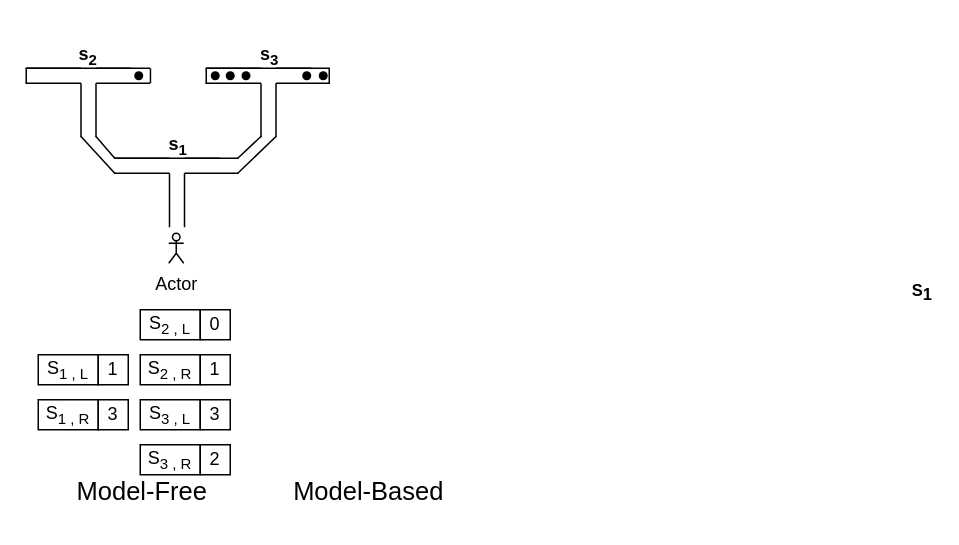
Earlier version of the draw.io diagram maze_model_free.drawio (felixstillger/draw_io). Source tidied: cells renumbered, new cells numbered last; positions are measured from the earlier drawing's top-left corner, leaving out a move shared by most shapes. Both pictures are drawn from the tidied source at 150%, with x=0, y=0 at pixel (26, 38).
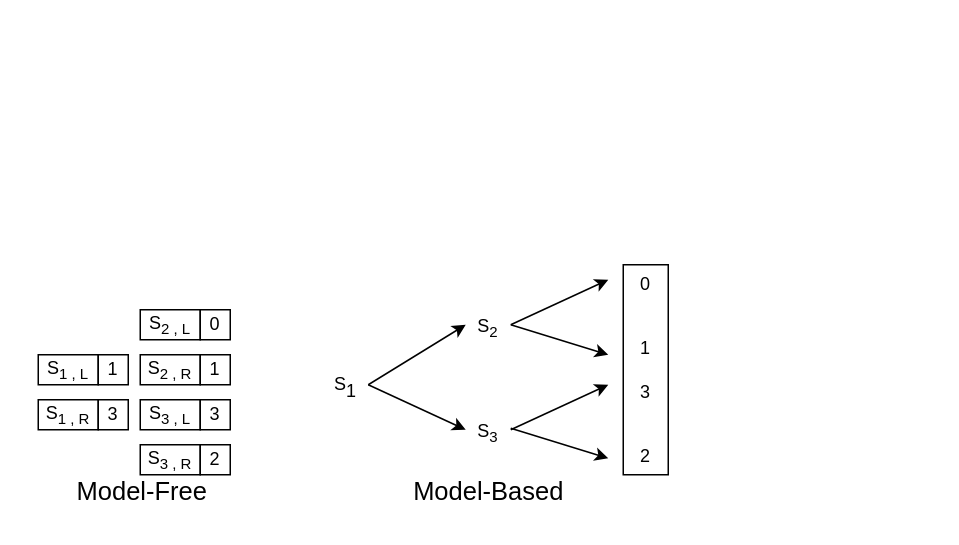
After the change.

What changed in the source:
```diff
@@
-    <mxCell id="2" style="shape=partialRectangle;whiteSpace=wrap;html=1;left=0;right=0;fillColor=none;" parent="1" vertex="1">
-      <mxGeometry x="167" y="20" width="35" height="10" as="geometry" />
-    </mxCell>
-    <mxCell id="3" style="shape=partialRectangle;whiteSpace=wrap;html=1;left=0;right=0;fillColor=none;" parent="1" vertex="1">
-      <mxGeometry x="120" y="20" width="36" height="10" as="geometry" />
-    </mxCell>
-    <mxCell id="4" style="shape=partialRectangle;whiteSpace=wrap;html=1;left=0;right=0;fillColor=none;rotation=90;" parent="1" vertex="1">
-      <mxGeometry x="144" y="43" width="35" height="10" as="geometry" />
-    </mxCell>
-    <mxCell id="5" style="endArrow=none;html=1;rounded=0;exitX=0;exitY=0;exitDx=0;exitDy=0;" parent="1" edge="1" source="3">
-      <mxGeometry relative="1" as="geometry">
-        <mxPoint x="190" y="20" as="targetPoint" />
-      </mxGeometry>
-    </mxCell>
-    <mxCell id="6" style="shape=partialRectangle;whiteSpace=wrap;html=1;left=0;right=0;fillColor=none;" parent="1" vertex="1">
-      <mxGeometry x="47" y="20" width="35" height="10" as="geometry" />
-    </mxCell>
-    <mxCell id="7" style="shape=partialRectangle;whiteSpace=wrap;html=1;left=0;right=0;fillColor=none;" parent="1" vertex="1">
-      <mxGeometry y="20" width="36" height="10" as="geometry" />
-    </mxCell>
-    <mxCell id="8" style="shape=partialRectangle;whiteSpace=wrap;html=1;left=0;right=0;fillColor=none;rotation=90;" parent="1" vertex="1">
-      <mxGeometry x="24" y="43" width="35" height="10" as="geometry" />
-    </mxCell>
-    <mxCell id="9" style="endArrow=none;html=1;rounded=0;exitX=0;exitY=0;exitDx=0;exitDy=0;" parent="1" edge="1" source="7">
-      <mxGeometry relative="1" as="geometry">
-        <mxPoint x="70" y="20" as="targetPoint" />
-      </mxGeometry>
-    </mxCell>
-    <mxCell id="10" style="shape=partialRectangle;whiteSpace=wrap;html=1;left=0;right=0;fillColor=none;" parent="1" vertex="1">
-      <mxGeometry x="106" y="80" width="35" height="10" as="geometry" />
-    </mxCell>
-    <mxCell id="11" style="shape=partialRectangle;whiteSpace=wrap;html=1;left=0;right=0;fillColor=none;" parent="1" vertex="1">
-      <mxGeometry x="59" y="80" width="36" height="10" as="geometry" />
-    </mxCell>
-    <mxCell id="12" style="shape=partialRectangle;whiteSpace=wrap;html=1;left=0;right=0;fillColor=none;rotation=90;" parent="1" vertex="1">
-      <mxGeometry x="83" y="103" width="35" height="10" as="geometry" />
-    </mxCell>
-    <mxCell id="13" style="endArrow=none;html=1;rounded=0;exitX=0;exitY=0;exitDx=0;exitDy=0;" parent="1" edge="1" source="11">
-      <mxGeometry relative="1" as="geometry">
-        <mxPoint x="129" y="80" as="targetPoint" />
-      </mxGeometry>
-    </mxCell>
-    <mxCell id="14" style="endArrow=none;html=1;rounded=0;exitX=1;exitY=0;exitDx=0;exitDy=0;" parent="1" edge="1" source="10">
-      <mxGeometry relative="1" as="geometry">
-        <mxPoint x="157" y="65" as="targetPoint" />
-      </mxGeometry>
-    </mxCell>
-    <mxCell id="15" style="endArrow=none;html=1;rounded=0;exitX=1;exitY=0;exitDx=0;exitDy=0;entryX=1;entryY=0;entryDx=0;entryDy=0;" parent="1" edge="1" target="4">
-      <mxGeometry relative="1" as="geometry">
-        <mxPoint x="141" y="90" as="sourcePoint" />
-      </mxGeometry>
-    </mxCell>
-    <mxCell id="16" style="endArrow=none;html=1;rounded=0;entryX=1;entryY=0;entryDx=0;entryDy=0;exitX=0;exitY=0;exitDx=0;exitDy=0;" parent="1" edge="1" source="11" target="8">
-      <mxGeometry relative="1" as="geometry" />
-    </mxCell>
-    <mxCell id="17" style="endArrow=none;html=1;rounded=0;exitX=0;exitY=1;exitDx=0;exitDy=0;entryX=1;entryY=1;entryDx=0;entryDy=0;" parent="1" edge="1" source="11" target="8">
-      <mxGeometry relative="1" as="geometry" />
-    </mxCell>
-    <mxCell id="18" value="Actor" style="shape=umlActor;verticalLabelPosition=bottom;verticalAlign=top;html=1;" parent="1" vertex="1">
-      <mxGeometry x="95" y="130" width="10" height="20" as="geometry" />
-    </mxCell>
-    <mxCell id="19" value="&lt;font style=&quot;font-size: 11px;&quot;&gt;S&lt;sub style=&quot;font-size: 11px;&quot;&gt;1&lt;/sub&gt;&lt;/font&gt;" style="text;strokeColor=none;fillColor=none;html=1;fontSize=24;fontStyle=1;verticalAlign=middle;align=center;" parent="1" vertex="1">
-      <mxGeometry x="590" y="160" width="14" height="8" as="geometry" />
-    </mxCell>
-    <mxCell id="20" value="&lt;span style=&quot;font-size: 12px;&quot;&gt;s&lt;sub&gt;2&lt;/sub&gt;&lt;/span&gt;" style="text;strokeColor=none;fillColor=none;html=1;fontSize=24;fontStyle=1;verticalAlign=middle;align=center;" parent="1" vertex="1">
-      <mxGeometry x="36" width="10" height="13" as="geometry" />
-    </mxCell>
-    <mxCell id="21" value="&lt;span style=&quot;font-size: 12px;&quot;&gt;s&lt;sub&gt;1&lt;br&gt;&lt;/sub&gt;&lt;/span&gt;" style="text;strokeColor=none;fillColor=none;html=1;fontSize=24;fontStyle=1;verticalAlign=middle;align=center;" parent="1" vertex="1">
-      <mxGeometry x="95.5" y="60" width="10" height="13" as="geometry" />
-    </mxCell>
-    <mxCell id="22" value="&lt;span style=&quot;font-size: 12px;&quot;&gt;s&lt;sub&gt;3&lt;br&gt;&lt;/sub&gt;&lt;/span&gt;" style="text;strokeColor=none;fillColor=none;html=1;fontSize=24;fontStyle=1;verticalAlign=middle;align=center;" parent="1" vertex="1">
-      <mxGeometry x="156.5" width="10" height="13" as="geometry" />
-    </mxCell>
-    <mxCell id="23" style="endArrow=none;html=1;rounded=0;fontSize=12;entryX=1;entryY=0;entryDx=0;entryDy=0;exitX=1;exitY=1;exitDx=0;exitDy=0;" parent="1" edge="1" source="2" target="2">
-      <mxGeometry relative="1" as="geometry" />
-    </mxCell>
-    <mxCell id="24" style="endArrow=none;html=1;rounded=0;fontSize=12;entryX=1;entryY=0;entryDx=0;entryDy=0;exitX=1;exitY=1;exitDx=0;exitDy=0;" parent="1" edge="1">
-      <mxGeometry relative="1" as="geometry">
-        <mxPoint x="120" y="30" as="sourcePoint" />
-        <mxPoint x="120" y="20" as="targetPoint" />
-      </mxGeometry>
-    </mxCell>
-    <mxCell id="25" style="endArrow=none;html=1;rounded=0;fontSize=12;entryX=1;entryY=0;entryDx=0;entryDy=0;exitX=1;exitY=1;exitDx=0;exitDy=0;" parent="1" edge="1">
-      <mxGeometry relative="1" as="geometry">
-        <mxPoint x="82.8" y="30" as="sourcePoint" />
-        <mxPoint x="82.8" y="20" as="targetPoint" />
-      </mxGeometry>
-    </mxCell>
-    <mxCell id="26" style="endArrow=none;html=1;rounded=0;fontSize=12;entryX=1;entryY=0;entryDx=0;entryDy=0;exitX=1;exitY=1;exitDx=0;exitDy=0;" parent="1" edge="1">
-      <mxGeometry relative="1" as="geometry">
-        <mxPoint y="30" as="sourcePoint" />
-        <mxPoint y="20" as="targetPoint" />
-      </mxGeometry>
-    </mxCell>
-    <mxCell id="27" style="shape=waypoint;sketch=0;fillStyle=solid;size=6;fillColor=none;perimeter=centerPerimeter;fontSize=12;" parent="1" vertex="1">
-      <mxGeometry x="55" y="5" width="40" height="40" as="geometry" />
-    </mxCell>
-    <mxCell id="28" style="shape=waypoint;sketch=0;fillStyle=solid;size=6;fillColor=none;perimeter=centerPerimeter;fontSize=12;" parent="1" vertex="1">
-      <mxGeometry x="106" y="5" width="40" height="40" as="geometry" />
-    </mxCell>
-    <mxCell id="29" style="shape=waypoint;sketch=0;fillStyle=solid;size=6;fillColor=none;perimeter=centerPerimeter;fontSize=12;" parent="1" vertex="1">
-      <mxGeometry x="116" y="5" width="40" height="40" as="geometry" />
-    </mxCell>
-    <mxCell id="30" style="shape=waypoint;sketch=0;fillStyle=solid;size=6;fillColor=none;perimeter=centerPerimeter;fontSize=12;" parent="1" vertex="1">
-      <mxGeometry x="178" y="5" width="40" height="40" as="geometry" />
-    </mxCell>
-    <mxCell id="31" style="shape=waypoint;sketch=0;fillStyle=solid;size=6;fillColor=none;perimeter=centerPerimeter;fontSize=12;" parent="1" vertex="1">
-      <mxGeometry x="126.5" y="5" width="40" height="40" as="geometry" />
-    </mxCell>
-    <mxCell id="32" style="shape=waypoint;sketch=0;fillStyle=solid;size=6;fillColor=none;perimeter=centerPerimeter;fontSize=12;" parent="1" vertex="1">
-      <mxGeometry x="167" y="5" width="40" height="40" as="geometry" />
-    </mxCell>
@@
     <mxCell id="46" value="&lt;font style=&quot;font-size: 17px; font-weight: normal;&quot;&gt;Model-Based&lt;/font&gt;" style="text;strokeColor=none;fillColor=none;html=1;fontSize=24;fontStyle=1;verticalAlign=middle;align=center;" parent="1" vertex="1">
-      <mxGeometry x="178" y="280" width="100" height="40" as="geometry" />
+      <mxGeometry x="258" y="280" width="100" height="40" as="geometry" />
     </mxCell>
+    <mxCell id="19" value="&lt;font style=&quot;font-size: 12px;&quot;&gt;S&lt;/font&gt;&lt;sub style=&quot;font-size: 12px;&quot;&gt;&lt;font style=&quot;font-size: 12px;&quot;&gt;1&lt;/font&gt;&lt;br&gt;&lt;/sub&gt;" style="text;html=1;strokeColor=none;fillColor=none;align=center;verticalAlign=middle;whiteSpace=wrap;rounded=0;fontSize=17;" parent="1" vertex="1">
+      <mxGeometry x="198" y="221" width="30" height="20" as="geometry" />
+    </mxCell>
+    <mxCell id="47" value="&lt;span style=&quot;font-size: 12px;&quot;&gt;S&lt;sub&gt;2&lt;/sub&gt;&lt;/span&gt;" style="text;html=1;strokeColor=none;fillColor=none;align=center;verticalAlign=middle;whiteSpace=wrap;rounded=0;fontSize=17;" parent="1" vertex="1">
+      <mxGeometry x="293" y="181" width="30" height="20" as="geometry" />
+    </mxCell>
+    <mxCell id="48" style="endArrow=classic;html=1;rounded=0;fontSize=12;exitX=1;exitY=0.5;exitDx=0;exitDy=0;entryX=0;entryY=0.5;entryDx=0;entryDy=0;" parent="1" edge="1" source="19" target="47">
+      <mxGeometry relative="1" as="geometry" />
+    </mxCell>
+    <mxCell id="49" style="endArrow=classic;html=1;rounded=0;fontSize=12;exitX=1;exitY=0.5;exitDx=0;exitDy=0;entryX=0;entryY=0.5;entryDx=0;entryDy=0;" parent="1" edge="1" source="19" target="50">
+      <mxGeometry relative="1" as="geometry" />
+    </mxCell>
+    <mxCell id="50" value="&lt;span style=&quot;font-size: 12px;&quot;&gt;S&lt;sub&gt;3&lt;/sub&gt;&lt;/span&gt;" style="text;html=1;strokeColor=none;fillColor=none;align=center;verticalAlign=middle;whiteSpace=wrap;rounded=0;fontSize=17;" parent="1" vertex="1">
+      <mxGeometry x="293" y="251" width="30" height="20" as="geometry" />
+    </mxCell>
+    <mxCell id="51" style="endArrow=classic;html=1;rounded=0;fontSize=12;exitX=1;exitY=0.5;exitDx=0;exitDy=0;entryX=0;entryY=0.5;entryDx=0;entryDy=0;" parent="1" edge="1">
+      <mxGeometry relative="1" as="geometry">
+        <mxPoint x="323" y="191" as="sourcePoint" />
+        <mxPoint x="388" y="161" as="targetPoint" />
+      </mxGeometry>
+    </mxCell>
+    <mxCell id="52" style="endArrow=classic;html=1;rounded=0;fontSize=12;exitX=1;exitY=0.5;exitDx=0;exitDy=0;entryX=0;entryY=0.5;entryDx=0;entryDy=0;" parent="1" edge="1">
+      <mxGeometry relative="1" as="geometry">
+        <mxPoint x="323" y="191" as="sourcePoint" />
+        <mxPoint x="388" y="211" as="targetPoint" />
+      </mxGeometry>
+    </mxCell>
+    <mxCell id="53" style="endArrow=classic;html=1;rounded=0;fontSize=12;exitX=1;exitY=0.5;exitDx=0;exitDy=0;entryX=0;entryY=0.5;entryDx=0;entryDy=0;" parent="1" edge="1">
+      <mxGeometry relative="1" as="geometry">
+        <mxPoint x="323" y="261" as="sourcePoint" />
+        <mxPoint x="388" y="231" as="targetPoint" />
+      </mxGeometry>
+    </mxCell>
+    <mxCell id="54" style="endArrow=classic;html=1;rounded=0;fontSize=12;exitX=1;exitY=0.5;exitDx=0;exitDy=0;entryX=0;entryY=0.5;entryDx=0;entryDy=0;" parent="1" edge="1">
+      <mxGeometry relative="1" as="geometry">
+        <mxPoint x="323" y="260" as="sourcePoint" />
+        <mxPoint x="388" y="280" as="targetPoint" />
+      </mxGeometry>
+    </mxCell>
+    <mxCell id="55" value="0&lt;br&gt;&lt;br&gt;&lt;br&gt;1&lt;br&gt;&lt;br&gt;3&lt;br&gt;&lt;br&gt;&lt;br&gt;2&lt;br&gt;" style="rounded=0;whiteSpace=wrap;html=1;fontSize=12;" parent="1" vertex="1">
+      <mxGeometry x="398" y="151" width="30" height="140" as="geometry" />
+    </mxCell>
```
